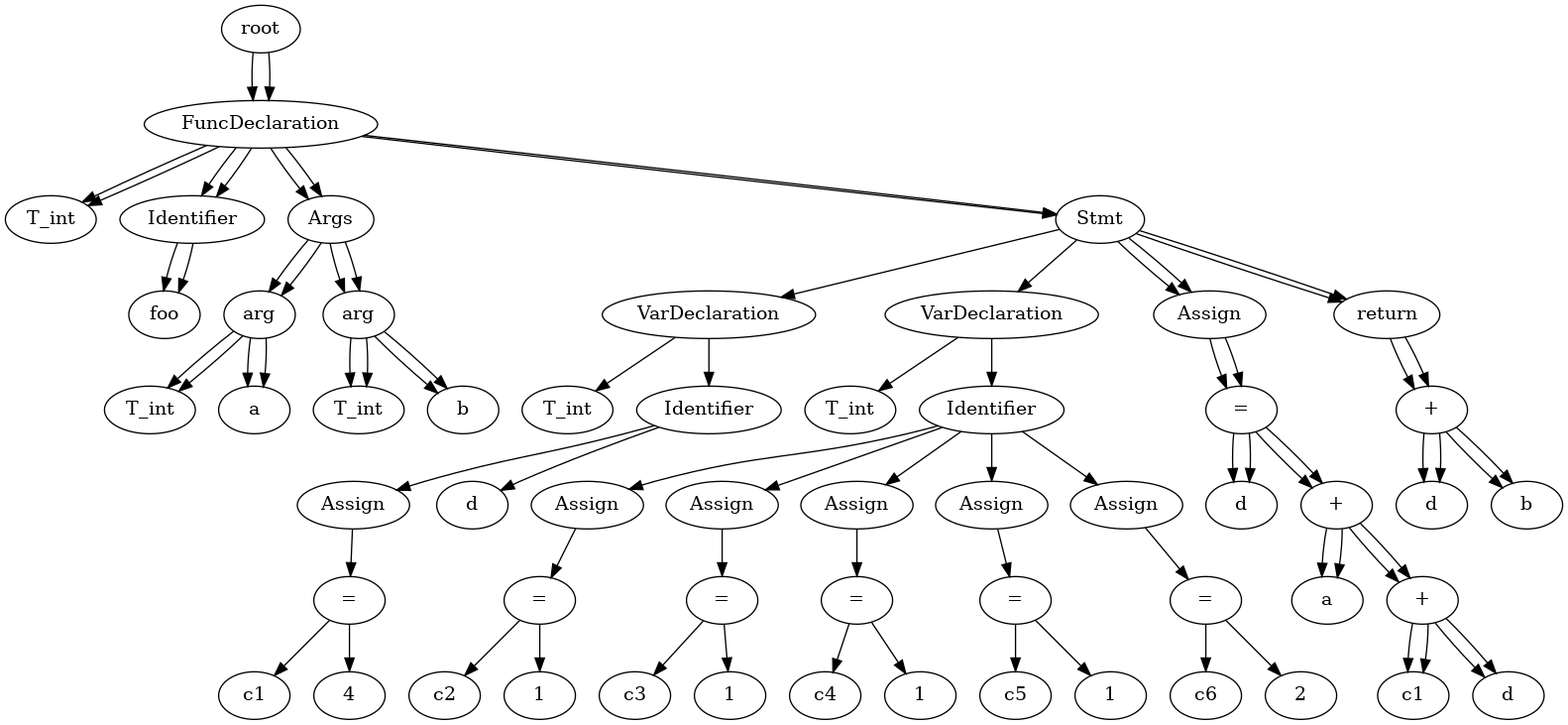
This is test.gv.png from Jstar49/starCC, a Graphviz export, as it was before one commit. Its source is kept beside it as test.gv.
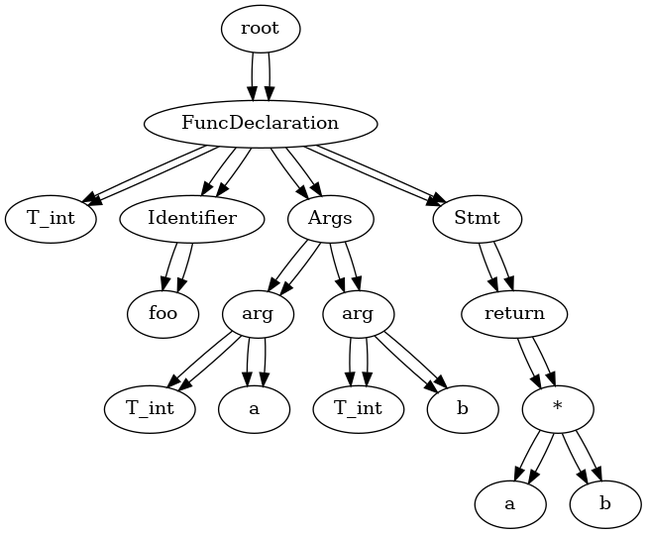
The same file after the commit.

Diff of the diagram source:
```diff
@@ -24,92 +24,14 @@
 	8 -> 10
 	11 [label=Stmt]
 	0 -> 11
-	12 [label=VarDeclaration]
+	12 [label=return]
 	11 -> 12
-	13 [label=T_int]
-	12 -> 13
-	14 [label=Identifier]
+	14 [label="*"]
 	12 -> 14
-	15 [label=Assign]
+	13 [label=a]
+	14 -> 13
+	15 [label=b]
 	14 -> 15
-	17 [label="="]
-	15 -> 17
-	16 [label=c1]
-	17 -> 16
-	18 [label=4]
-	17 -> 18
-	19 [label=d]
-	14 -> 19
-	20 [label=VarDeclaration]
-	11 -> 20
-	21 [label=T_int]
-	20 -> 21
-	22 [label=Identifier]
-	20 -> 22
-	23 [label=Assign]
-	22 -> 23
-	25 [label="="]
-	23 -> 25
-	24 [label=c2]
-	25 -> 24
-	26 [label=1]
-	25 -> 26
-	27 [label=Assign]
-	22 -> 27
-	29 [label="="]
-	27 -> 29
-	28 [label=c3]
-	29 -> 28
-	30 [label=1]
-	29 -> 30
-	31 [label=Assign]
-	22 -> 31
-	33 [label="="]
-	31 -> 33
-	32 [label=c4]
-	33 -> 32
-	34 [label=1]
-	33 -> 34
-	35 [label=Assign]
-	22 -> 35
-	37 [label="="]
-	35 -> 37
-	36 [label=c5]
-	37 -> 36
-	38 [label=1]
-	37 -> 38
-	39 [label=Assign]
-	22 -> 39
-	41 [label="="]
-	39 -> 41
-	40 [label=c6]
-	41 -> 40
-	42 [label=2]
-	41 -> 42
-	43 [label=Assign]
-	11 -> 43
-	45 [label="="]
-	43 -> 45
-	44 [label=d]
-	45 -> 44
-	47 [label="+"]
-	45 -> 47
-	46 [label=a]
-	47 -> 46
-	49 [label="+"]
-	47 -> 49
-	48 [label=c1]
-	49 -> 48
-	50 [label=d]
-	49 -> 50
-	51 [label=return]
-	11 -> 51
-	53 [label="+"]
-	51 -> 53
-	52 [label=d]
-	53 -> 52
-	54 [label=b]
-	53 -> 54
 	None [label=root]
 	0 [label=FuncDeclaration]
 	None -> 0
@@ -135,28 +57,12 @@
 	8 -> 10
 	11 [label=Stmt]
 	0 -> 11
-	43 [label=Assign]
-	11 -> 43
-	45 [label="="]
-	43 -> 45
-	44 [label=d]
-	45 -> 44
-	47 [label="+"]
-	45 -> 47
-	46 [label=a]
-	47 -> 46
-	49 [label="+"]
-	47 -> 49
-	48 [label=c1]
-	49 -> 48
-	50 [label=d]
-	49 -> 50
-	51 [label=return]
-	11 -> 51
-	53 [label="+"]
-	51 -> 53
-	52 [label=d]
-	53 -> 52
-	54 [label=b]
-	53 -> 54
+	12 [label=return]
+	11 -> 12
+	14 [label="*"]
+	12 -> 14
+	13 [label=a]
+	14 -> 13
+	15 [label=b]
+	14 -> 15
 }
```
